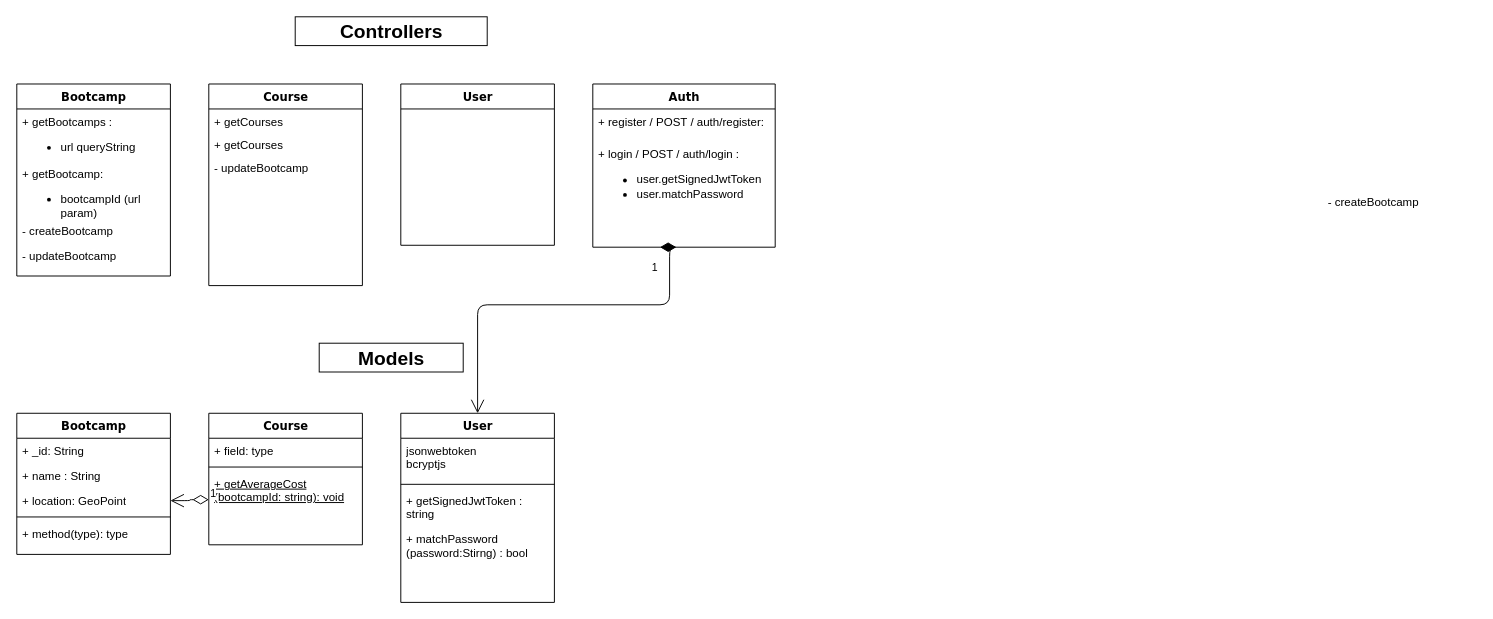
Earlier version of the draw.io diagram dev_camper.drawio (kipackjeong/kj-devcamper-api). Source tidied: cells renumbered, new cells numbered last; positions are measured from the earlier drawing's top-left corner, leaving out a move shared by most shapes. Both pictures are drawn from the tidied source at 96%, with x=0, y=0 at pixel (16, 16).
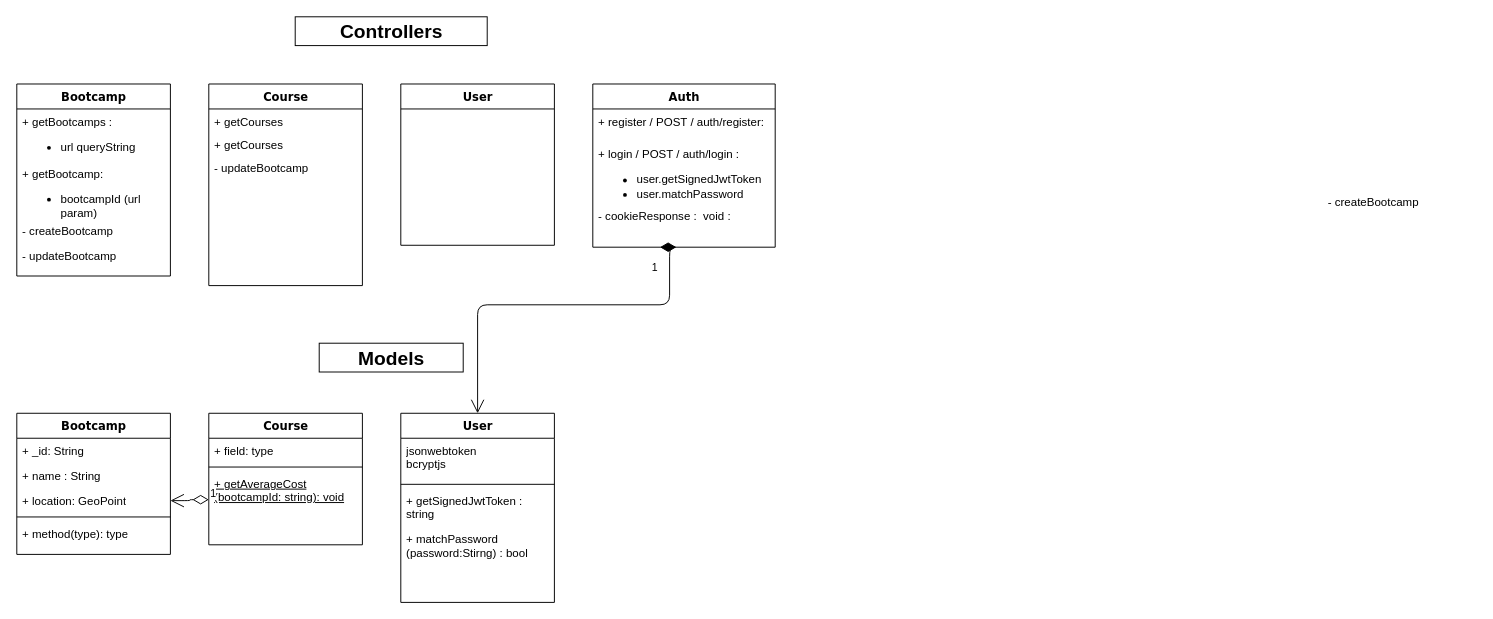
The same page after the edit.

The change refers to these unchanged cells:
```xml
<mxCell id="29" value="Auth" style="swimlane;html=1;fontStyle=1;align=center;verticalAlign=top;horizontal=1;startSize=26;swimlaneFillColor=#ffffff;rounded=0;shadow=0;comic=0;labelBackgroundColor=none;strokeWidth=1;fillColor=none;fontFamily=Verdana;fontSize=12;" parent="1" vertex="1">
  <mxGeometry x="600" y="70" width="190" height="170" as="geometry" />
</mxCell>
```

Diff of the diagram source:
```diff
@@
+    <mxCell id="35" value="- cookieResponse :&amp;nbsp; void :&lt;br&gt;" style="text;html=1;strokeColor=none;fillColor=none;align=left;verticalAlign=top;spacingLeft=4;spacingRight=4;whiteSpace=wrap;overflow=hidden;" parent="29" vertex="1">
+      <mxGeometry y="124" width="190" height="34" as="geometry" />
+    </mxCell>
```
